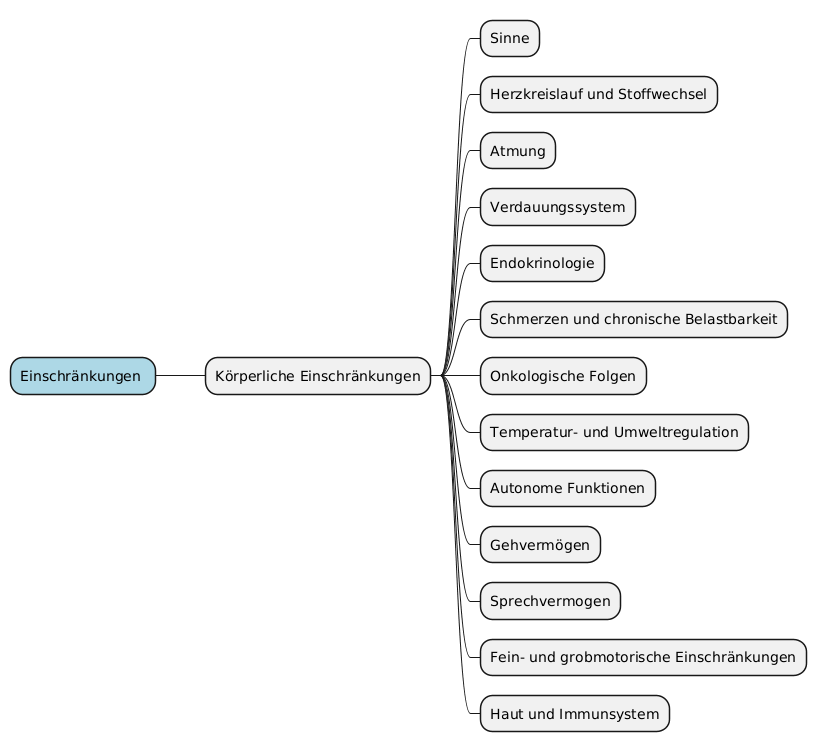
The PlantUML diagram mindmap/generated/mindmap-first-level-in-physical.png in marcgauch/Masterarbeit-Daten, before a commit. Its diagram source:
```plantuml
@startmindmap

<style>
mindmapDiagram{
	.blue {
		BackgroundColor LightBlue
	}
}
</style>


* Einschränkungen <<blue>>
	* Körperliche Einschränkungen
		* Sinne
		* Herzkreislauf und Stoffwechsel
		* Atmung
		* Verdauungssystem
		* Endokrinologie
		* Schmerzen und chronische Belastbarkeit
		* Onkologische Folgen
		* Temperatur- und Umweltregulation
		* Autonome Funktionen
		* Gehvermögen
		* Sprechvermogen
		* Fein- und grobmotorische Einschränkungen
		* Haut und Immunsystem
@enduml
```
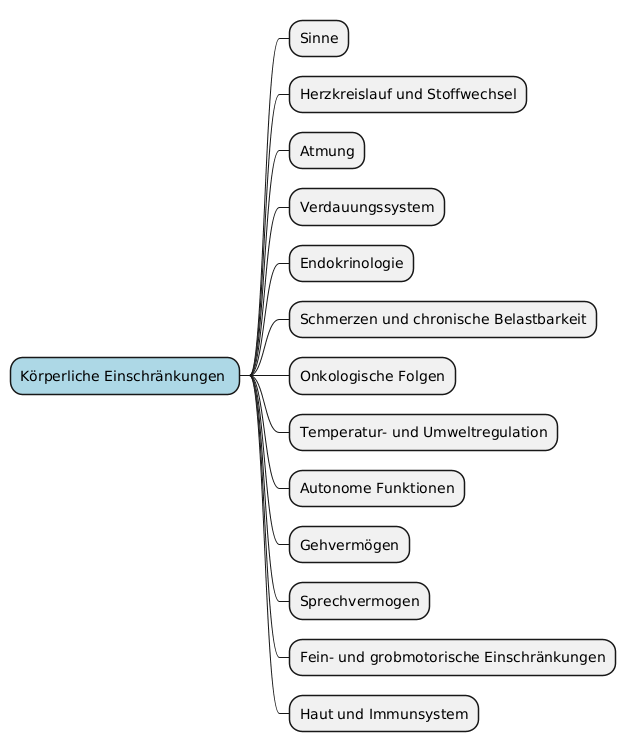
After the commit.

Diff of the diagram source:
```diff
@@ -1,5 +1,4 @@
 @startmindmap
-
 <style>
 mindmapDiagram{
 	.blue {
@@ -8,20 +7,31 @@
 }
 </style>
 
+* Körperliche Einschränkungen <<blue>>
+	* Sinne
 
-* Einschränkungen <<blue>>
-	* Körperliche Einschränkungen
-		* Sinne
-		* Herzkreislauf und Stoffwechsel
-		* Atmung
-		* Verdauungssystem
-		* Endokrinologie
-		* Schmerzen und chronische Belastbarkeit
-		* Onkologische Folgen
-		* Temperatur- und Umweltregulation
-		* Autonome Funktionen
-		* Gehvermögen
-		* Sprechvermogen
-		* Fein- und grobmotorische Einschränkungen
-		* Haut und Immunsystem
-@enduml
+	* Herzkreislauf und Stoffwechsel
+
+	* Atmung
+
+	* Verdauungssystem
+
+	* Endokrinologie
+
+	* Schmerzen und chronische Belastbarkeit
+
+	* Onkologische Folgen
+
+	* Temperatur- und Umweltregulation
+
+	* Autonome Funktionen
+
+	* Gehvermögen
+
+	* Sprechvermogen
+
+	* Fein- und grobmotorische Einschränkungen
+
+	* Haut und Immunsystem
+
+@endmindmap
```
